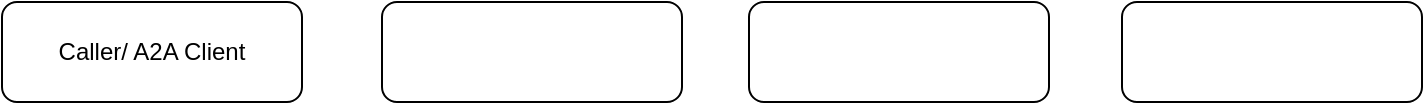
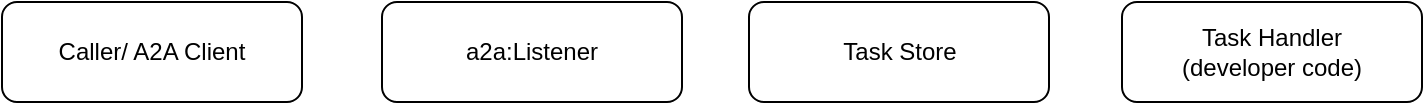
<mxfile host="app.diagrams.net">
  <diagram name="Page-1" id="ZPNNxD_8xx_dK13QvzwB">
    <mxGraphModel dx="1094" dy="555" grid="1" gridSize="10" guides="1" tooltips="1" connect="1" arrows="1" fold="1" page="1" pageScale="1" pageWidth="827" pageHeight="1169" math="0" shadow="0">
      <root>
        <mxCell id="0" />
        <mxCell id="1" parent="0" />
        <mxCell id="KyBT1ujf4ODolMfsrgNy-1" parent="1" style="rounded=1;whiteSpace=wrap;html=1;" value="Caller/ A2A Client" vertex="1">
          <mxGeometry height="50" width="150" x="40" y="30" as="geometry" />
        </mxCell>
-         <mxCell id="fuX-3ZszXKkBneVyICno-1" parent="1" style="rounded=1;whiteSpace=wrap;html=1;" value="" vertex="1">
+         <mxCell id="fuX-3ZszXKkBneVyICno-1" parent="1" style="rounded=1;whiteSpace=wrap;html=1;" value="Task Handler&lt;div&gt;(developer code)&lt;/div&gt;" vertex="1">
          <mxGeometry height="50" width="150" x="600" y="30" as="geometry" />
        </mxCell>
-         <mxCell id="fuX-3ZszXKkBneVyICno-2" parent="1" style="rounded=1;whiteSpace=wrap;html=1;" value="" vertex="1">
+         <mxCell id="fuX-3ZszXKkBneVyICno-2" parent="1" style="rounded=1;whiteSpace=wrap;html=1;" value="Task Store" vertex="1">
          <mxGeometry height="50" width="150" x="413.5" y="30" as="geometry" />
        </mxCell>
-         <mxCell id="fuX-3ZszXKkBneVyICno-3" parent="1" style="rounded=1;whiteSpace=wrap;html=1;" value="" vertex="1">
+         <mxCell id="fuX-3ZszXKkBneVyICno-3" parent="1" style="rounded=1;whiteSpace=wrap;html=1;" value="a2a:Listener" vertex="1">
          <mxGeometry height="50" width="150" x="230" y="30" as="geometry" />
        </mxCell>
      </root>
    </mxGraphModel>
  </diagram>
</mxfile>
